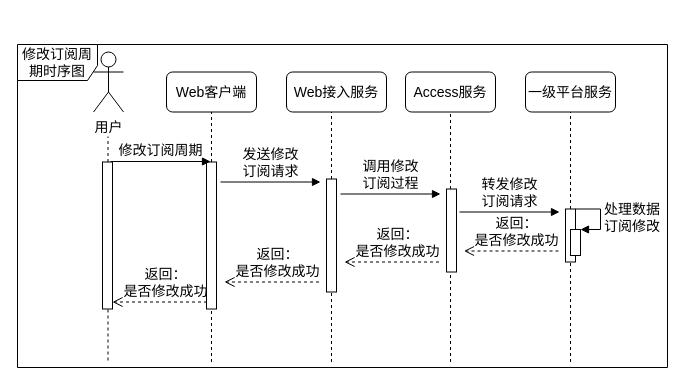
Above: IOTManage/sequence-modifyCycle.drawio in waterwatermelon/graph (draw.io), before the change. Source tidied: cells renumbered, new cells numbered last; positions are measured from the earlier drawing's top-left corner, leaving out a move shared by most shapes. Both pictures are drawn from the tidied source at 100%, with x=0, y=0 at pixel (17, 44).
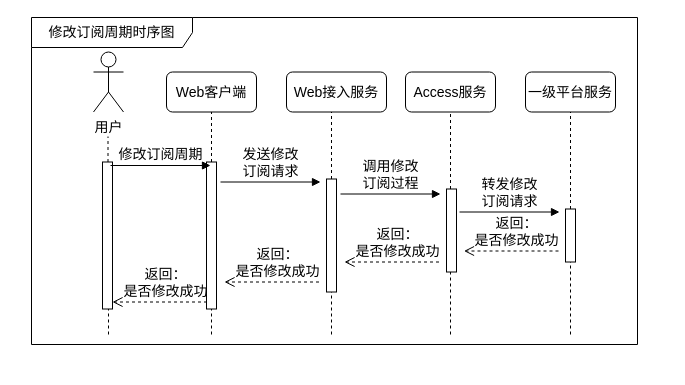
Above is the later version.

Unchanged cells that the change refers to:
```xml
<mxCell id="13" style="html=1;points=[];perimeter=orthogonalPerimeter;rounded=0;shadow=0;comic=0;labelBackgroundColor=none;strokeColor=#000000;strokeWidth=1;fillColor=#FFFFFF;fontFamily=Verdana;fontSize=14;fontColor=#000000;align=center;" parent="1" vertex="1">
  <mxGeometry x="85" y="117.5" width="10" height="147" as="geometry" />
</mxCell>
<mxCell id="15" style="html=1;points=[];perimeter=orthogonalPerimeter;rounded=0;shadow=0;comic=0;labelBackgroundColor=none;strokeColor=#000000;strokeWidth=1;fillColor=#FFFFFF;fontFamily=Verdana;fontSize=14;fontColor=#000000;align=center;" parent="1" vertex="1">
  <mxGeometry x="189" y="117.5" width="10" height="147" as="geometry" />
</mxCell>
<mxCell id="19" style="html=1;points=[];perimeter=orthogonalPerimeter;rounded=0;shadow=0;comic=0;labelBackgroundColor=none;strokeColor=#000000;strokeWidth=1;fillColor=#FFFFFF;fontFamily=Verdana;fontSize=14;fontColor=#000000;align=center;" parent="1" vertex="1">
  <mxGeometry x="309" y="134.5" width="10" height="113" as="geometry" />
</mxCell>
<mxCell id="22" style="html=1;points=[];perimeter=orthogonalPerimeter;rounded=0;shadow=0;comic=0;labelBackgroundColor=none;strokeColor=#000000;strokeWidth=1;fillColor=#FFFFFF;fontFamily=Verdana;fontSize=14;fontColor=#000000;align=center;" parent="1" vertex="1">
  <mxGeometry x="429" y="144.5" width="10" height="83" as="geometry" />
</mxCell>
<mxCell id="24" style="html=1;points=[];perimeter=orthogonalPerimeter;rounded=0;shadow=0;comic=0;labelBackgroundColor=none;strokeColor=#000000;strokeWidth=1;fillColor=#FFFFFF;fontFamily=Verdana;fontSize=14;fontColor=#000000;align=center;" parent="1" vertex="1">
  <mxGeometry x="548" y="164.5" width="10" height="53" as="geometry" />
</mxCell>
```

What changed in the source:
```diff
@@
-    <mxCell id="2" value="&lt;font style=&quot;font-size: 14px&quot;&gt;修改订阅周期时序图&lt;/font&gt;" style="shape=umlFrame;whiteSpace=wrap;html=1;width=80;height=36;" parent="1" vertex="1">
-      <mxGeometry width="650" height="323" as="geometry" />
+    <mxCell id="2" value="&lt;font style=&quot;font-size: 14px&quot;&gt;修改订阅周期时序图&lt;/font&gt;" style="shape=umlFrame;whiteSpace=wrap;html=1;width=161;height=30;" parent="1" vertex="1">
+      <mxGeometry x="14" y="-27" width="606" height="327" as="geometry" />
     </mxCell>
@@
     <mxCell id="14" style="endArrow=none;dashed=1;html=1;fontSize=14;fontColor=#000000;" parent="1" edge="1" target="13">
       <mxGeometry relative="1" as="geometry">
-        <mxPoint x="90.5" y="316" as="sourcePoint" />
+        <mxPoint x="91" y="290" as="sourcePoint" />
       </mxGeometry>
     </mxCell>
@@
     <mxCell id="16" style="endArrow=none;dashed=1;html=1;fontSize=14;fontColor=#000000;" parent="1" edge="1" target="15">
       <mxGeometry relative="1" as="geometry">
-        <mxPoint x="194" y="317.5" as="sourcePoint" />
+        <mxPoint x="194" y="290" as="sourcePoint" />
       </mxGeometry>
     </mxCell>
     <mxCell id="17" value="&lt;font style=&quot;font-size: 14px&quot;&gt;修改订阅周期&lt;/font&gt;" style="html=1;verticalAlign=bottom;endArrow=block;labelBackgroundColor=none;fontFamily=Verdana;fontSize=14;elbow=vertical;fontColor=#000000;" parent="1" edge="1">
       <mxGeometry relative="1" as="geometry">
-        <mxPoint x="93" y="117" as="sourcePoint" />
-        <mxPoint x="193" y="117" as="targetPoint" />
+        <mxPoint x="93" y="121" as="sourcePoint" />
+        <mxPoint x="193" y="121" as="targetPoint" />
       </mxGeometry>
     </mxCell>
@@
     <mxCell id="20" style="endArrow=none;dashed=1;html=1;fontSize=14;fontColor=#000000;" parent="1" edge="1" target="19">
       <mxGeometry relative="1" as="geometry">
-        <mxPoint x="314" y="317.5" as="sourcePoint" />
+        <mxPoint x="314" y="290" as="sourcePoint" />
       </mxGeometry>
     </mxCell>
@@
     <mxCell id="23" style="endArrow=none;dashed=1;html=1;fontSize=14;fontColor=#000000;" parent="1" edge="1" target="22">
       <mxGeometry relative="1" as="geometry">
-        <mxPoint x="433" y="317.5" as="sourcePoint" />
+        <mxPoint x="433" y="290" as="sourcePoint" />
       </mxGeometry>
     </mxCell>
@@
     <mxCell id="25" style="endArrow=none;dashed=1;html=1;fontSize=14;fontColor=#000000;" parent="1" edge="1" target="24">
       <mxGeometry relative="1" as="geometry">
-        <mxPoint x="553" y="317.5" as="sourcePoint" />
+        <mxPoint x="553" y="290" as="sourcePoint" />
       </mxGeometry>
     </mxCell>
@@
-    <mxCell id="31" style="html=1;points=[];perimeter=orthogonalPerimeter;" parent="1" vertex="1">
-      <mxGeometry x="553" y="185" width="10" height="26" as="geometry" />
-    </mxCell>
-    <mxCell id="32" value="&lt;font style=&quot;font-size: 14px&quot;&gt;处理数据&lt;br&gt;订阅修改&lt;/font&gt;" style="edgeStyle=orthogonalEdgeStyle;html=1;align=left;spacingLeft=2;endArrow=block;rounded=0;entryX=1;entryY=0;" parent="1" edge="1" target="31">
-      <mxGeometry relative="1" as="geometry">
-        <mxPoint x="558" y="164.5" as="sourcePoint" />
-        <Array as="points">
-          <mxPoint x="583" y="164.5" />
-        </Array>
-      </mxGeometry>
-    </mxCell>
```
